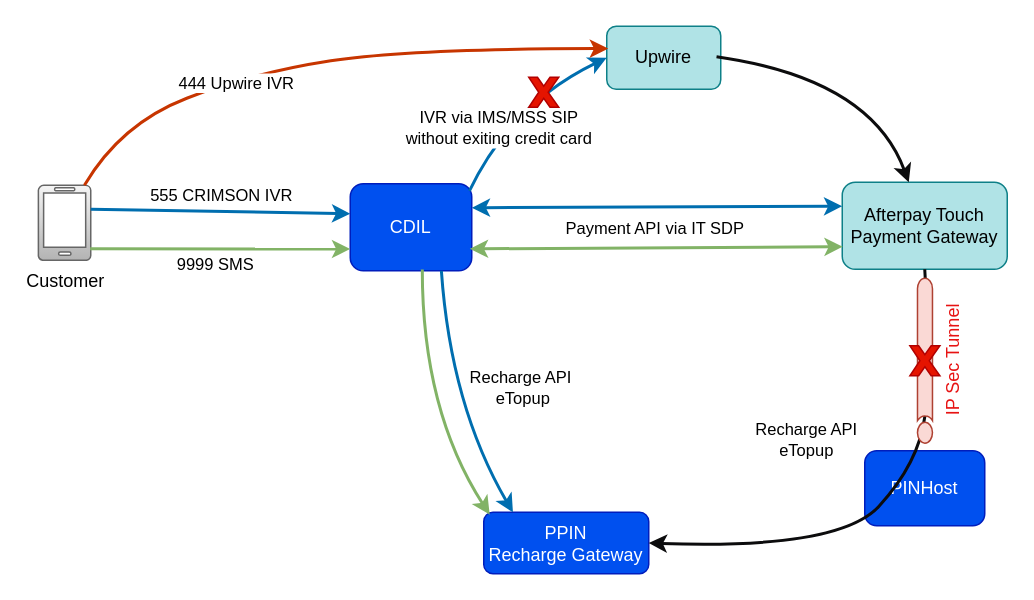
Above: Afterpay Touch Diagram.drawio in you-zhou/drawio (draw.io), before the change. Source tidied: cells renumbered, new cells numbered last; positions are measured from the earlier drawing's top-left corner, leaving out a move shared by most shapes. Both pictures are drawn from the tidied source at 150%, with x=0, y=0 at pixel (38, 26).
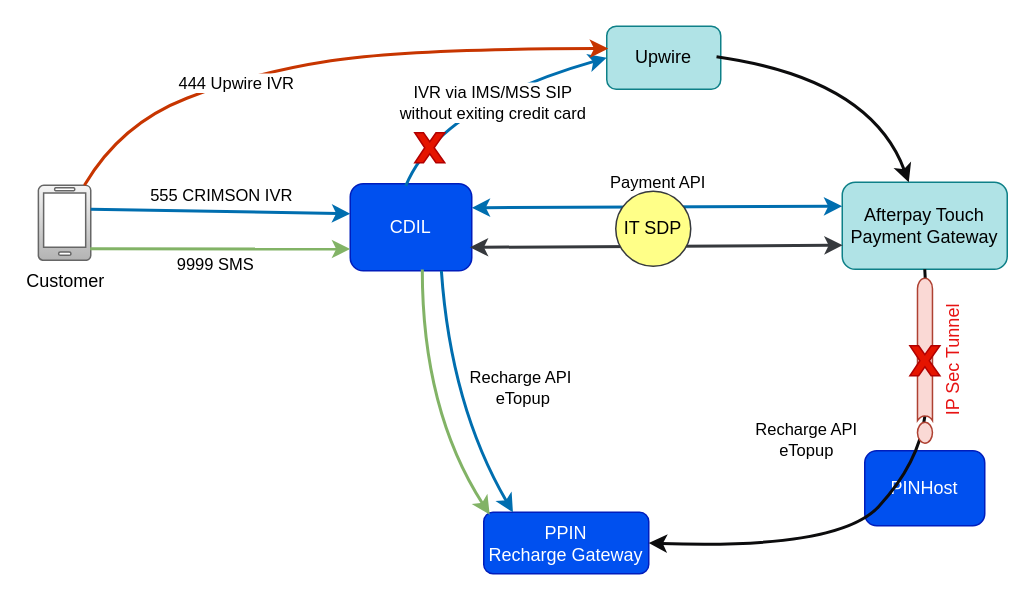
The same diagram, later.

The change refers to these unchanged cells:
```xml
<mxCell id="2" value="CDIL" style="rounded=1;whiteSpace=wrap;html=1;fillColor=#0050ef;fontColor=#ffffff;strokeColor=#001DBC;" parent="1" vertex="1">
  <mxGeometry x="208" y="105" width="81" height="58" as="geometry" />
</mxCell>
<mxCell id="6" value="Upwire" style="rounded=1;whiteSpace=wrap;html=1;fillColor=#b0e3e6;strokeColor=#0e8088;" parent="1" vertex="1">
  <mxGeometry x="379" width="76" height="42" as="geometry" />
</mxCell>
```

What changed in the source:
```diff
@@
-    <mxCell id="7" value="IVR via IMS/MSS SIP&lt;div&gt;without exiting credit card&lt;/div&gt;" style="curved=1;endArrow=classic;html=1;rounded=0;exitX=0.981;exitY=0.083;exitDx=0;exitDy=0;fillColor=#1ba1e2;strokeColor=#006EAF;strokeWidth=2;entryX=0;entryY=0.5;entryDx=0;entryDy=0;exitPerimeter=0;" parent="1" edge="1" source="2" target="6">
-      <mxGeometry x="-0.32" relative="1" as="geometry">
+    <mxCell id="7" value="IVR via IMS/MSS SIP&lt;div&gt;without exiting credit card&lt;/div&gt;" style="curved=1;endArrow=classic;html=1;rounded=0;exitX=0.457;exitY=0.025;exitDx=0;exitDy=0;fillColor=#1ba1e2;strokeColor=#006EAF;strokeWidth=2;entryX=0;entryY=0.5;entryDx=0;entryDy=0;exitPerimeter=0;" parent="1" edge="1" source="2" target="6">
+      <mxGeometry x="0.07" y="-8" relative="1" as="geometry">
         <Array as="points">
-          <mxPoint x="315" y="52" />
+          <mxPoint x="267" y="53" />
         </Array>
       </mxGeometry>
     </mxCell>
@@
-    <mxCell id="15" style="endArrow=classic;startArrow=classic;html=1;rounded=0;exitX=0.986;exitY=0.6;exitDx=0;exitDy=0;strokeWidth=2;fillColor=#d5e8d4;gradientColor=#97d077;strokeColor=#82b366;entryX=0.004;entryY=0.593;entryDx=0;entryDy=0;entryPerimeter=0;exitPerimeter=0;" parent="1" edge="1">
+    <mxCell id="15" style="endArrow=classic;startArrow=classic;html=1;rounded=0;exitX=0.986;exitY=0.6;exitDx=0;exitDy=0;strokeWidth=2;fillColor=#ffff88;strokeColor=#36393d;entryX=0.004;entryY=0.593;entryDx=0;entryDy=0;entryPerimeter=0;exitPerimeter=0;" parent="1" edge="1">
       <mxGeometry relative="1" as="geometry">
-        <mxPoint x="287.7" y="148.4" as="sourcePoint" />
-        <mxPoint x="536.3" y="147" as="targetPoint" />
+        <mxPoint x="287.7" y="147.4" as="sourcePoint" />
+        <mxPoint x="536.3" y="146" as="targetPoint" />
       </mxGeometry>
     </mxCell>
     <mxCell id="16" style="verticalLabelPosition=bottom;verticalAlign=top;html=1;shape=mxgraph.basic.x;fillColor=#e51400;strokeColor=#B20000;fontColor=#ffffff;" parent="1" vertex="1">
-      <mxGeometry x="327" y="34" width="20" height="20" as="geometry" />
+      <mxGeometry x="251" y="71" width="20" height="20" as="geometry" />
     </mxCell>
@@
-    <mxCell id="19" value="Payment API via IT SDP" style="endArrow=classic;startArrow=classic;html=1;rounded=0;exitX=1;exitY=0.5;exitDx=0;exitDy=0;strokeWidth=2;fillColor=#1ba1e2;strokeColor=#006EAF;" parent="1" edge="1">
-      <mxGeometry x="-0.01" y="-14" relative="1" as="geometry">
+    <mxCell id="19" value="Payment API" style="endArrow=classic;startArrow=classic;html=1;rounded=0;exitX=1;exitY=0.5;exitDx=0;exitDy=0;strokeWidth=2;fillColor=#1ba1e2;strokeColor=#006EAF;" parent="1" edge="1">
+      <mxGeometry y="16" relative="1" as="geometry">
         <mxPoint x="289" y="121" as="sourcePoint" />
         <mxPoint x="536" y="120" as="targetPoint" />
       </mxGeometry>
     </mxCell>
@@
+    <mxCell id="21" value="IT SDP" style="ellipse;whiteSpace=wrap;html=1;fillColor=#ffff88;strokeColor=#36393d;" parent="1" vertex="1">
+      <mxGeometry x="385" y="110" width="50" height="50" as="geometry" />
+    </mxCell>
```
